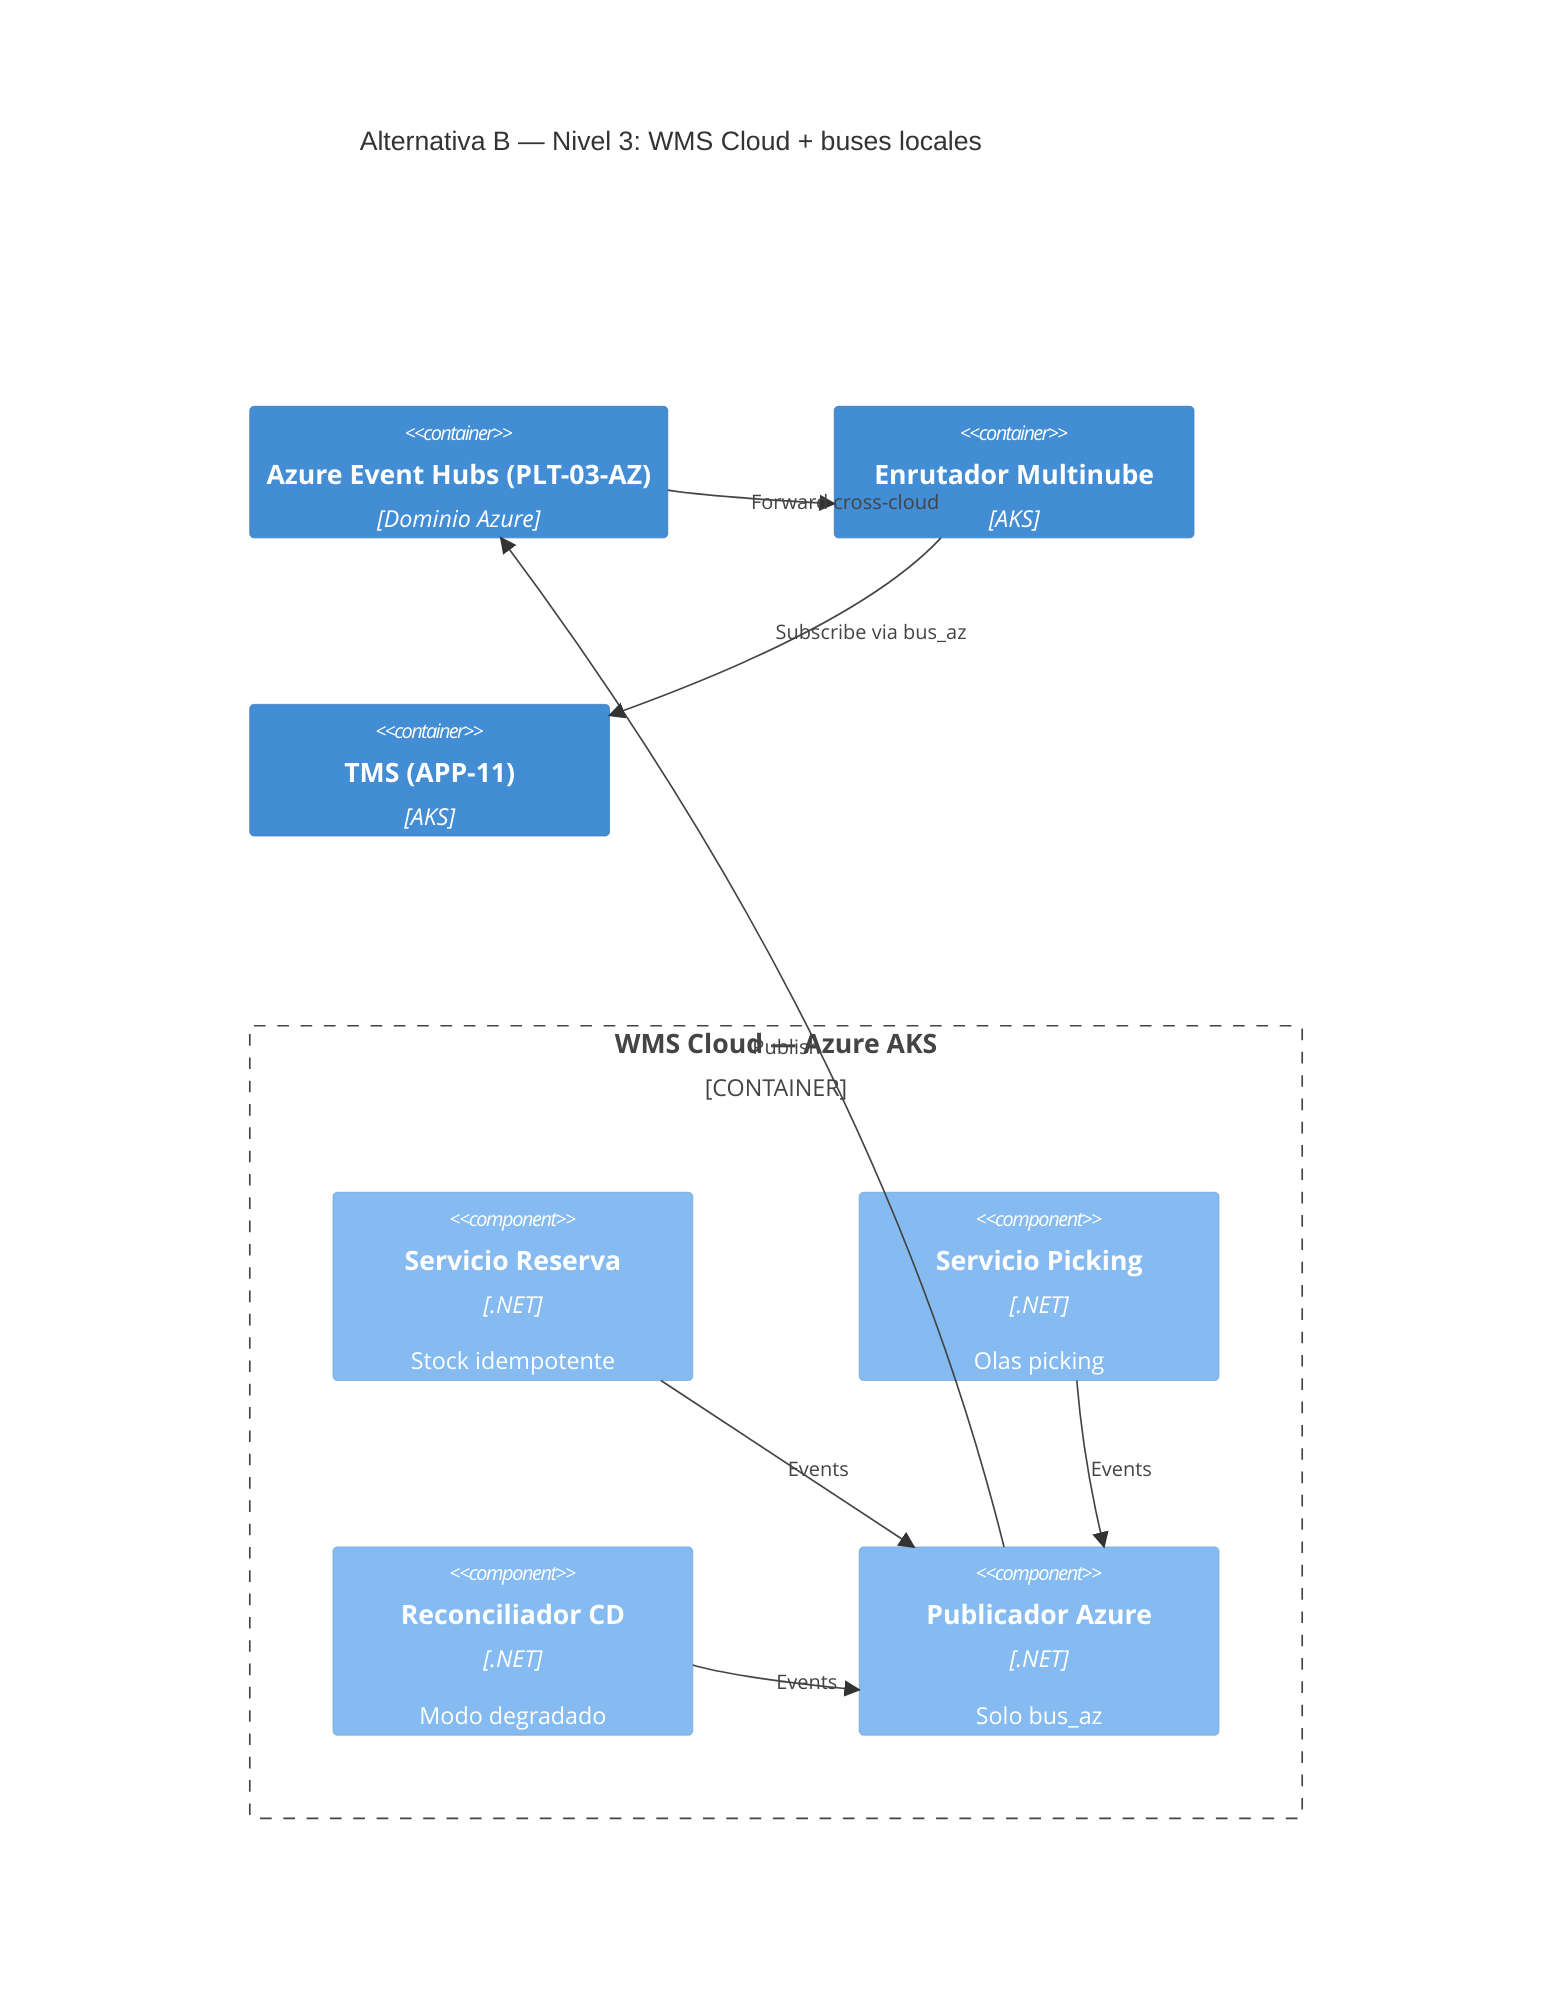
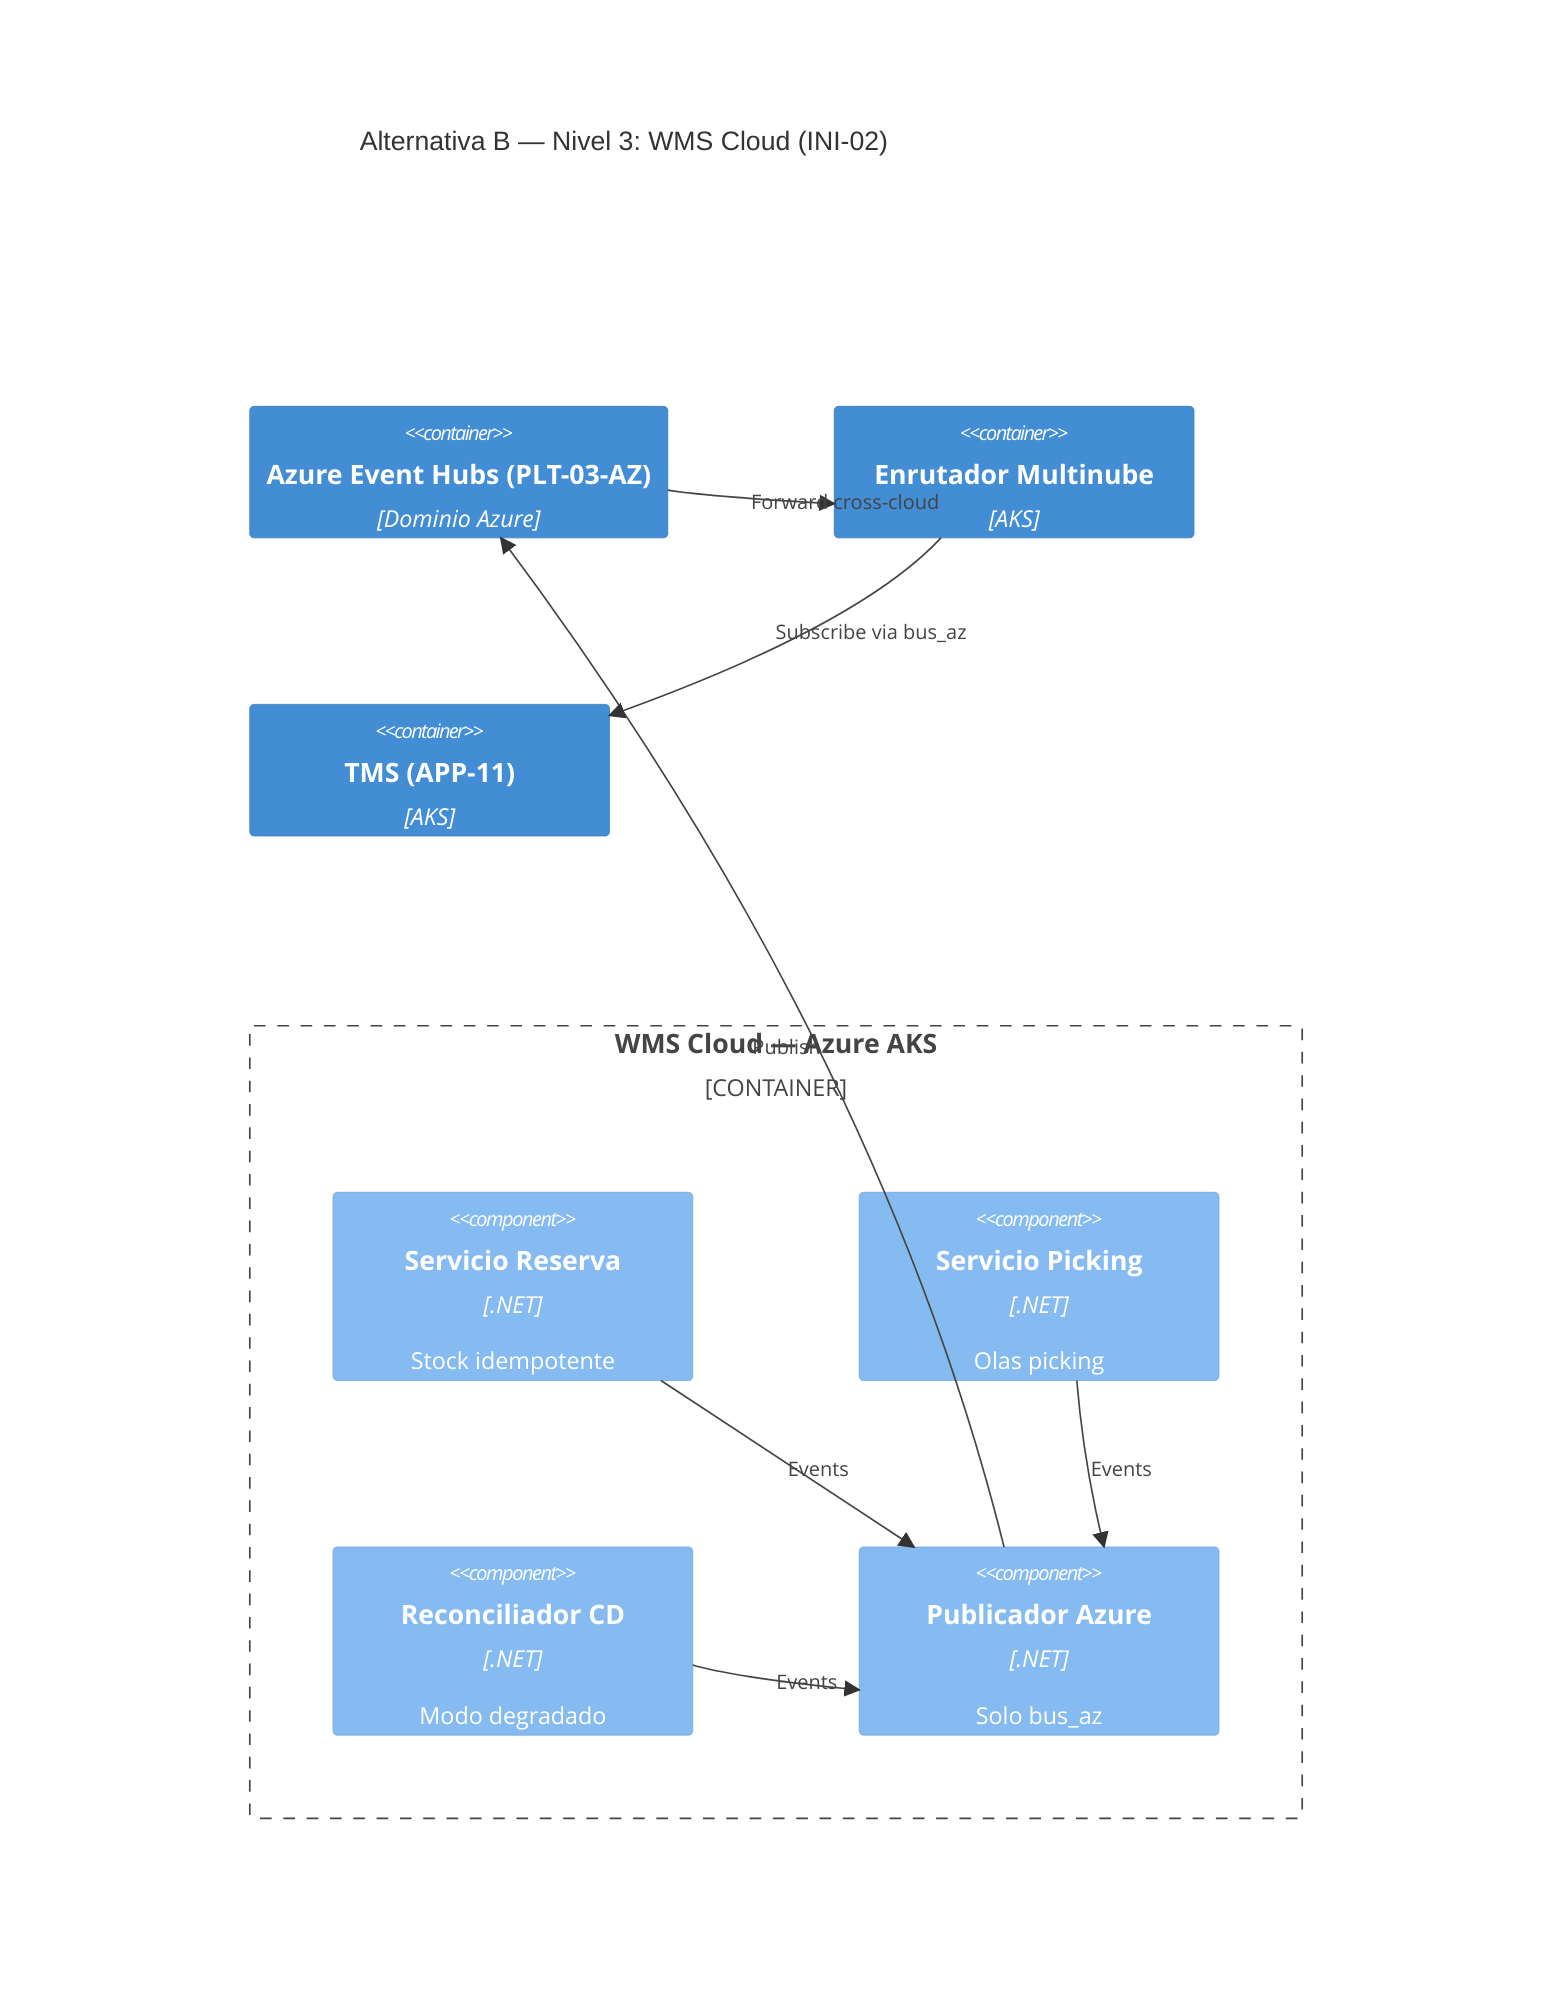
C4Component
-     title Alternativa B — Nivel 3: WMS Cloud + buses locales
+     title Alternativa B — Nivel 3: WMS Cloud (INI-02)

    Container_Boundary(wms, "WMS Cloud — Azure AKS") {
        Component(reserva, "Servicio Reserva", ".NET", "Stock idempotente")
        Component(picking, "Servicio Picking", ".NET", "Olas picking")
        Component(reconciliador, "Reconciliador CD", ".NET", "Modo degradado")
        Component(local_pub, "Publicador Azure", ".NET", "Solo bus_az")
    }

    Container(bus_az, "Azure Event Hubs (PLT-03-AZ)", "Dominio Azure")
    Container(router, "Enrutador Multinube", "AKS")
    Container(tms, "TMS (APP-11)", "AKS")

    Rel(reserva, local_pub, "Events")
    Rel(picking, local_pub, "Events")
    Rel(reconciliador, local_pub, "Events")
    Rel(local_pub, bus_az, "Publish")
    Rel(bus_az, router, "Forward cross-cloud")
    Rel(router, tms, "Subscribe via bus_az")
